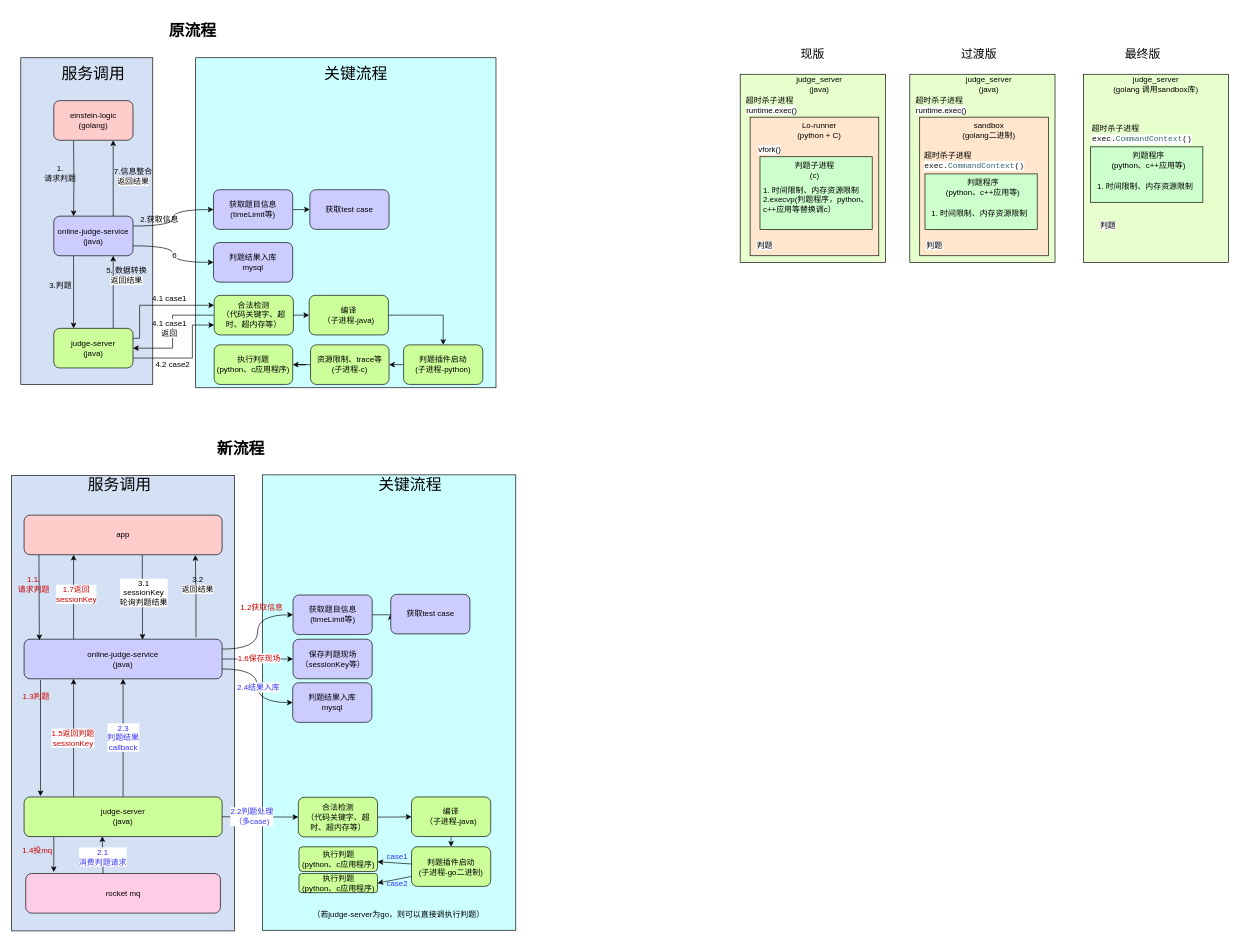
Before: 题库.drawio in xiell2016/hetaoDesign, a draw.io diagram. Source tidied: cells renumbered, new cells numbered last; positions are measured from the earlier drawing's top-left corner, leaving out a move shared by most shapes. Both pictures are drawn from the tidied source at 66%, with x=0, y=0 at pixel (11, 24).
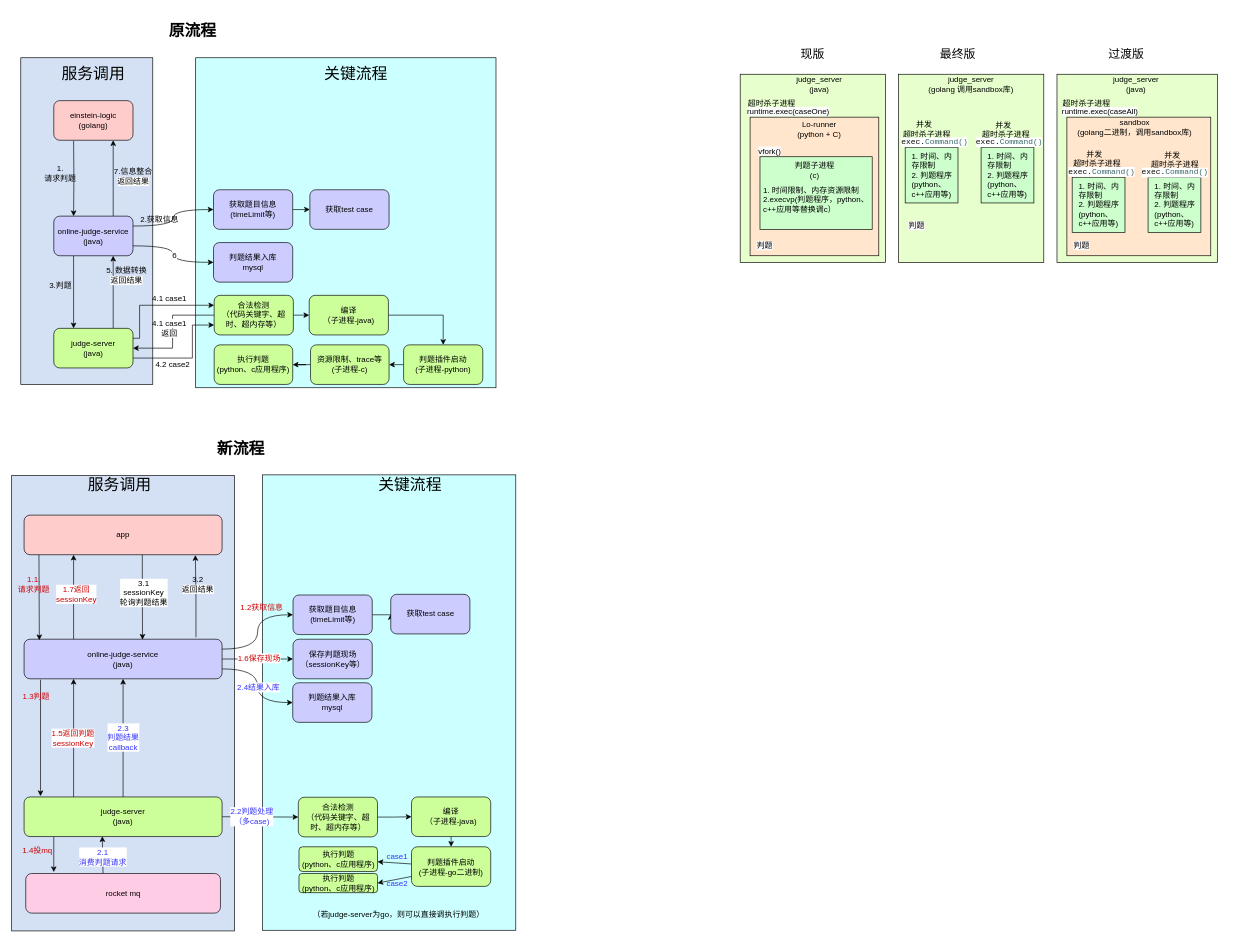
The same diagram, later.

Diff of the diagram source:
```diff
@@
     <mxCell id="96" value="Lo-runner&lt;br&gt;(python + C)" style="text;html=1;strokeColor=none;fillColor=none;align=center;verticalAlign=middle;whiteSpace=wrap;rounded=0;fontSize=12;fontFamily=Helvetica;fontColor=default;" parent="1" vertex="1">
-      <mxGeometry x="1179" y="145" width="90" height="30" as="geometry" />
+      <mxGeometry x="1179" y="143" width="90" height="30" as="geometry" />
     </mxCell>
@@
-    <mxCell id="98" value="&lt;span style=&quot;color: rgb(0, 0, 0); font-family: Helvetica; font-size: 12px; font-style: normal; font-variant-ligatures: normal; font-variant-caps: normal; font-weight: 400; letter-spacing: normal; orphans: 2; text-align: center; text-indent: 0px; text-transform: none; widows: 2; word-spacing: 0px; -webkit-text-stroke-width: 0px; background-color: rgb(251, 251, 251); text-decoration-thickness: initial; text-decoration-style: initial; text-decoration-color: initial; float: none; display: inline !important;&quot;&gt;runtime.exec()&lt;/span&gt;" style="text;html=1;strokeColor=none;fillColor=none;align=center;verticalAlign=middle;whiteSpace=wrap;rounded=0;fontSize=12;fontFamily=Helvetica;fontColor=default;" parent="1" vertex="1">
-      <mxGeometry x="1122" y="115" width="60" height="30" as="geometry" />
+    <mxCell id="98" value="&lt;span style=&quot;color: rgb(0, 0, 0); font-family: Helvetica; font-size: 12px; font-style: normal; font-variant-ligatures: normal; font-variant-caps: normal; font-weight: 400; letter-spacing: normal; orphans: 2; text-align: center; text-indent: 0px; text-transform: none; widows: 2; word-spacing: 0px; -webkit-text-stroke-width: 0px; background-color: rgb(251, 251, 251); text-decoration-thickness: initial; text-decoration-style: initial; text-decoration-color: initial; float: none; display: inline !important;&quot;&gt;runtime.exec(caseOne)&lt;/span&gt;" style="text;html=1;strokeColor=none;fillColor=none;align=center;verticalAlign=middle;whiteSpace=wrap;rounded=0;fontSize=12;fontFamily=Helvetica;fontColor=default;" parent="1" vertex="1">
+      <mxGeometry x="1126" y="117" width="102" height="30" as="geometry" />
     </mxCell>
     <mxCell id="99" value="&lt;span style=&quot;color: rgb(0, 0, 0); font-family: Helvetica; font-size: 12px; font-style: normal; font-variant-ligatures: normal; font-variant-caps: normal; font-weight: 400; letter-spacing: normal; orphans: 2; text-align: center; text-indent: 0px; text-transform: none; widows: 2; word-spacing: 0px; -webkit-text-stroke-width: 0px; background-color: rgb(251, 251, 251); text-decoration-thickness: initial; text-decoration-style: initial; text-decoration-color: initial; float: none; display: inline !important;&quot;&gt;vfork()&lt;/span&gt;" style="text;html=1;strokeColor=none;fillColor=none;align=center;verticalAlign=middle;whiteSpace=wrap;rounded=0;fontSize=12;fontFamily=Helvetica;fontColor=default;" parent="1" vertex="1">
-      <mxGeometry x="1119" y="175" width="60" height="30" as="geometry" />
+      <mxGeometry x="1119" y="177" width="60" height="30" as="geometry" />
     </mxCell>
@@
     <mxCell id="101" value="超时杀子进程" style="text;html=1;strokeColor=none;fillColor=none;align=center;verticalAlign=middle;whiteSpace=wrap;rounded=0;fontSize=12;fontFamily=Helvetica;fontColor=default;" parent="1" vertex="1">
-      <mxGeometry x="1109" y="100" width="80" height="30" as="geometry" />
+      <mxGeometry x="1112" y="105" width="80" height="30" as="geometry" />
     </mxCell>
@@
     <mxCell id="103" style="rounded=0;whiteSpace=wrap;html=1;strokeColor=default;fontFamily=Helvetica;fontSize=12;fontColor=default;fillColor=#E6FFCC;" parent="1" vertex="1">
-      <mxGeometry x="1361" y="75" width="220" height="285" as="geometry" />
+      <mxGeometry x="1584" y="75" width="243" height="285" as="geometry" />
     </mxCell>
     <mxCell id="104" style="rounded=0;whiteSpace=wrap;html=1;strokeColor=default;fontFamily=Helvetica;fontSize=12;fontColor=default;fillColor=#FFE6CC;" parent="1" vertex="1">
-      <mxGeometry x="1376" y="140" width="195" height="210" as="geometry" />
+      <mxGeometry x="1599" y="140" width="218" height="210" as="geometry" />
     </mxCell>
     <mxCell id="105" style="rounded=0;whiteSpace=wrap;html=1;strokeColor=default;fontFamily=Helvetica;fontSize=12;fontColor=default;fillColor=#CCFFCC;" parent="1" vertex="1">
-      <mxGeometry x="1384" y="226" width="170" height="84" as="geometry" />
+      <mxGeometry x="1607" y="231" width="80" height="84" as="geometry" />
     </mxCell>
     <mxCell id="106" value="judge_server&lt;br&gt;(java)" style="text;html=1;strokeColor=none;fillColor=none;align=center;verticalAlign=middle;whiteSpace=wrap;rounded=0;fontSize=12;fontFamily=Helvetica;fontColor=default;" parent="1" vertex="1">
-      <mxGeometry x="1451" y="75" width="60" height="30" as="geometry" />
+      <mxGeometry x="1674" y="75" width="60" height="30" as="geometry" />
     </mxCell>
-    <mxCell id="107" value="sandbox&lt;br&gt;(golang二进制)" style="text;html=1;strokeColor=none;fillColor=none;align=center;verticalAlign=middle;whiteSpace=wrap;rounded=0;fontSize=12;fontFamily=Helvetica;fontColor=default;" parent="1" vertex="1">
-      <mxGeometry x="1436" y="145" width="90" height="30" as="geometry" />
+    <mxCell id="107" value="sandbox&lt;br&gt;(golang二进制，调用sandbox库)" style="text;html=1;strokeColor=none;fillColor=none;align=center;verticalAlign=middle;whiteSpace=wrap;rounded=0;fontSize=12;fontFamily=Helvetica;fontColor=default;" parent="1" vertex="1">
+      <mxGeometry x="1607" y="140" width="190" height="30" as="geometry" />
     </mxCell>
-    <mxCell id="108" value="&lt;span style=&quot;color: rgb(0, 0, 0); font-family: Helvetica; font-size: 12px; font-style: normal; font-variant-ligatures: normal; font-variant-caps: normal; font-weight: 400; letter-spacing: normal; orphans: 2; text-align: center; text-indent: 0px; text-transform: none; widows: 2; word-spacing: 0px; -webkit-text-stroke-width: 0px; background-color: rgb(251, 251, 251); text-decoration-thickness: initial; text-decoration-style: initial; text-decoration-color: initial; float: none; display: inline !important;&quot;&gt;runtime.exec()&lt;/span&gt;" style="text;html=1;strokeColor=none;fillColor=none;align=center;verticalAlign=middle;whiteSpace=wrap;rounded=0;fontSize=12;fontFamily=Helvetica;fontColor=default;" parent="1" vertex="1">
-      <mxGeometry x="1379" y="115" width="60" height="30" as="geometry" />
+    <mxCell id="108" value="&lt;span style=&quot;color: rgb(0, 0, 0); font-family: Helvetica; font-size: 12px; font-style: normal; font-variant-ligatures: normal; font-variant-caps: normal; font-weight: 400; letter-spacing: normal; orphans: 2; text-align: center; text-indent: 0px; text-transform: none; widows: 2; word-spacing: 0px; -webkit-text-stroke-width: 0px; background-color: rgb(251, 251, 251); text-decoration-thickness: initial; text-decoration-style: initial; text-decoration-color: initial; float: none; display: inline !important;&quot;&gt;runtime.exec(caseAll)&lt;/span&gt;" style="text;html=1;strokeColor=none;fillColor=none;align=center;verticalAlign=middle;whiteSpace=wrap;rounded=0;fontSize=12;fontFamily=Helvetica;fontColor=default;" parent="1" vertex="1">
+      <mxGeometry x="1602" y="117" width="95" height="30" as="geometry" />
     </mxCell>
-    <mxCell id="109" value="1. 时间限制、内存资源限制" style="text;html=1;strokeColor=none;fillColor=none;align=left;verticalAlign=middle;whiteSpace=wrap;rounded=0;fontSize=12;fontFamily=Helvetica;fontColor=default;" parent="1" vertex="1">
-      <mxGeometry x="1391.5" y="266" width="155" height="40" as="geometry" />
+    <mxCell id="109" value="1. 时间、内存限制&lt;br&gt;2. 判题程序&lt;br style=&quot;border-color: var(--border-color); text-align: center;&quot;&gt;&lt;span style=&quot;text-align: center;&quot;&gt;(python、c++应用等)&lt;/span&gt;" style="text;html=1;strokeColor=none;fillColor=none;align=left;verticalAlign=middle;whiteSpace=wrap;rounded=0;fontSize=12;fontFamily=Helvetica;fontColor=default;" parent="1" vertex="1">
+      <mxGeometry x="1614.5" y="235" width="72.5" height="76" as="geometry" />
     </mxCell>
     <mxCell id="110" value="超时杀子进程" style="text;html=1;strokeColor=none;fillColor=none;align=center;verticalAlign=middle;whiteSpace=wrap;rounded=0;fontSize=12;fontFamily=Helvetica;fontColor=default;" parent="1" vertex="1">
-      <mxGeometry x="1366" y="100" width="80" height="30" as="geometry" />
+      <mxGeometry x="1589" y="105" width="80" height="30" as="geometry" />
     </mxCell>
     <mxCell id="111" value="&lt;span style=&quot;color: rgb(0, 0, 0); font-family: Helvetica; font-size: 12px; font-style: normal; font-variant-ligatures: normal; font-variant-caps: normal; font-weight: 400; letter-spacing: normal; orphans: 2; text-align: center; text-indent: 0px; text-transform: none; widows: 2; word-spacing: 0px; -webkit-text-stroke-width: 0px; background-color: rgb(251, 251, 251); text-decoration-thickness: initial; text-decoration-style: initial; text-decoration-color: initial; float: none; display: inline !important;&quot;&gt;判题&lt;/span&gt;" style="text;html=1;strokeColor=none;fillColor=none;align=center;verticalAlign=middle;whiteSpace=wrap;rounded=0;fontSize=12;fontFamily=Helvetica;fontColor=default;" parent="1" vertex="1">
-      <mxGeometry x="1376" y="320" width="45" height="30" as="geometry" />
+      <mxGeometry x="1599" y="320" width="45" height="30" as="geometry" />
     </mxCell>
-    <mxCell id="112" value="超时杀子进程" style="text;whiteSpace=wrap;html=1;fontSize=12;fontFamily=Helvetica;fontColor=default;" parent="1" vertex="1">
-      <mxGeometry x="1381" y="185" width="110" height="20" as="geometry" />
-    </mxCell>
     <mxCell id="113" style="rounded=0;whiteSpace=wrap;html=1;strokeColor=default;fontFamily=Helvetica;fontSize=12;fontColor=default;fillColor=#E6FFCC;" parent="1" vertex="1">
-      <mxGeometry x="1624" y="75" width="220" height="285" as="geometry" />
+      <mxGeometry x="1344" y="75" width="220" height="285" as="geometry" />
     </mxCell>
     <mxCell id="114" value="judge_server&lt;br&gt;(golang 调用sandbox库)" style="text;html=1;strokeColor=none;fillColor=none;align=center;verticalAlign=middle;whiteSpace=wrap;rounded=0;fontSize=12;fontFamily=Helvetica;fontColor=default;" parent="1" vertex="1">
-      <mxGeometry x="1629" y="75" width="210" height="30" as="geometry" />
+      <mxGeometry x="1349" y="75" width="210" height="30" as="geometry" />
     </mxCell>
-    <mxCell id="115" value="&lt;pre style=&quot;background-color:#ffffff;color:#080808;font-family:'JetBrains Mono',monospace;font-size:9.0pt;&quot;&gt;exec.&lt;span style=&quot;color:#36666b;&quot;&gt;CommandContext&lt;/span&gt;()&lt;/pre&gt;" style="text;html=1;strokeColor=none;fillColor=none;align=center;verticalAlign=middle;whiteSpace=wrap;rounded=0;fontSize=12;fontFamily=Helvetica;fontColor=default;" parent="1" vertex="1">
-      <mxGeometry x="1638" y="159" width="150" height="30" as="geometry" />
-    </mxCell>
     <mxCell id="116" value="&lt;span style=&quot;color: rgb(0, 0, 0); font-family: Helvetica; font-size: 12px; font-style: normal; font-variant-ligatures: normal; font-variant-caps: normal; font-weight: 400; letter-spacing: normal; orphans: 2; text-align: center; text-indent: 0px; text-transform: none; widows: 2; word-spacing: 0px; -webkit-text-stroke-width: 0px; background-color: rgb(251, 251, 251); text-decoration-thickness: initial; text-decoration-style: initial; text-decoration-color: initial; float: none; display: inline !important;&quot;&gt;判题&lt;/span&gt;" style="text;html=1;strokeColor=none;fillColor=none;align=center;verticalAlign=middle;whiteSpace=wrap;rounded=0;fontSize=12;fontFamily=Helvetica;fontColor=default;" parent="1" vertex="1">
-      <mxGeometry x="1639" y="290" width="45" height="30" as="geometry" />
+      <mxGeometry x="1349" y="290" width="45" height="30" as="geometry" />
     </mxCell>
-    <mxCell id="117" value="超时杀子进程" style="text;whiteSpace=wrap;html=1;fontSize=12;fontFamily=Helvetica;fontColor=default;" parent="1" vertex="1">
-      <mxGeometry x="1635" y="144" width="110" height="20" as="geometry" />
-    </mxCell>
-    <mxCell id="118" value="&lt;pre style=&quot;background-color:#ffffff;color:#080808;font-family:'JetBrains Mono',monospace;font-size:9.0pt;&quot;&gt;exec.&lt;span style=&quot;color:#36666b;&quot;&gt;CommandContext&lt;/span&gt;()&lt;/pre&gt;" style="text;html=1;strokeColor=none;fillColor=none;align=center;verticalAlign=middle;whiteSpace=wrap;rounded=0;fontSize=12;fontFamily=Helvetica;fontColor=default;" parent="1" vertex="1">
-      <mxGeometry x="1384" y="199" width="150" height="30" as="geometry" />
+    <mxCell id="118" value="&lt;pre style=&quot;background-color:#ffffff;color:#080808;font-family:'JetBrains Mono',monospace;font-size:9.0pt;&quot;&gt;exec.&lt;span style=&quot;color:#36666b;&quot;&gt;Command()&lt;/span&gt;&lt;/pre&gt;" style="text;html=1;strokeColor=none;fillColor=none;align=center;verticalAlign=middle;whiteSpace=wrap;rounded=0;fontSize=12;fontFamily=Helvetica;fontColor=default;" parent="1" vertex="1">
+      <mxGeometry x="1602" y="208" width="100" height="30" as="geometry" />
     </mxCell>
@@
     <mxCell id="120" value="&lt;font style=&quot;font-size: 18px;&quot;&gt;过渡版&lt;/font&gt;" style="text;html=1;strokeColor=none;fillColor=none;align=center;verticalAlign=middle;whiteSpace=wrap;rounded=0;fontSize=12;fontFamily=Helvetica;fontColor=default;" parent="1" vertex="1">
-      <mxGeometry x="1436" y="30" width="60" height="30" as="geometry" />
+      <mxGeometry x="1659" y="30" width="60" height="30" as="geometry" />
     </mxCell>
     <mxCell id="121" value="&lt;font style=&quot;font-size: 18px;&quot;&gt;最终版&lt;/font&gt;" style="text;html=1;strokeColor=none;fillColor=none;align=center;verticalAlign=middle;whiteSpace=wrap;rounded=0;fontSize=12;fontFamily=Helvetica;fontColor=default;" parent="1" vertex="1">
-      <mxGeometry x="1684" y="30" width="60" height="30" as="geometry" />
+      <mxGeometry x="1404" y="30" width="60" height="30" as="geometry" />
     </mxCell>
-    <mxCell id="122" value="判题程序&lt;br&gt;(python、c++应用等)" style="text;html=1;strokeColor=none;fillColor=none;align=center;verticalAlign=middle;whiteSpace=wrap;rounded=0;fontSize=12;fontFamily=Helvetica;fontColor=default;" parent="1" vertex="1">
-      <mxGeometry x="1387" y="231" width="170" height="30" as="geometry" />
-    </mxCell>
-    <mxCell id="123" style="rounded=0;whiteSpace=wrap;html=1;strokeColor=default;fontFamily=Helvetica;fontSize=12;fontColor=default;fillColor=#CCFFCC;" parent="1" vertex="1">
-      <mxGeometry x="1635" y="185" width="170" height="84" as="geometry" />
-    </mxCell>
-    <mxCell id="124" value="1. 时间限制、内存资源限制" style="text;html=1;strokeColor=none;fillColor=none;align=left;verticalAlign=middle;whiteSpace=wrap;rounded=0;fontSize=12;fontFamily=Helvetica;fontColor=default;" parent="1" vertex="1">
-      <mxGeometry x="1642.5" y="225" width="155" height="40" as="geometry" />
-    </mxCell>
-    <mxCell id="125" value="判题程序&lt;br&gt;(python、c++应用等)" style="text;html=1;strokeColor=none;fillColor=none;align=center;verticalAlign=middle;whiteSpace=wrap;rounded=0;fontSize=12;fontFamily=Helvetica;fontColor=default;" parent="1" vertex="1">
-      <mxGeometry x="1638" y="190" width="170" height="30" as="geometry" />
-    </mxCell>
+    <mxCell id="126" style="rounded=0;whiteSpace=wrap;html=1;strokeColor=default;fontFamily=Helvetica;fontSize=12;fontColor=default;fillColor=#CCFFCC;" parent="1" vertex="1">
+      <mxGeometry x="1722" y="231" width="80" height="84" as="geometry" />
+    </mxCell>
+    <mxCell id="127" value="1. 时间、内存限制&lt;br&gt;2. 判题程序&lt;br style=&quot;border-color: var(--border-color); text-align: center;&quot;&gt;&lt;span style=&quot;text-align: center;&quot;&gt;(python、c++应用等)&lt;/span&gt;" style="text;html=1;strokeColor=none;fillColor=none;align=left;verticalAlign=middle;whiteSpace=wrap;rounded=0;fontSize=12;fontFamily=Helvetica;fontColor=default;" parent="1" vertex="1">
+      <mxGeometry x="1729.5" y="235" width="72.5" height="76" as="geometry" />
+    </mxCell>
+    <mxCell id="128" value="&lt;pre style=&quot;background-color:#ffffff;color:#080808;font-family:'JetBrains Mono',monospace;font-size:9.0pt;&quot;&gt;exec.&lt;span style=&quot;color:#36666b;&quot;&gt;Command()&lt;/span&gt;&lt;/pre&gt;" style="text;html=1;strokeColor=none;fillColor=none;align=center;verticalAlign=middle;whiteSpace=wrap;rounded=0;fontSize=12;fontFamily=Helvetica;fontColor=default;" parent="1" vertex="1">
+      <mxGeometry x="1713" y="209" width="100" height="30" as="geometry" />
+    </mxCell>
+    <mxCell id="129" style="rounded=0;whiteSpace=wrap;html=1;strokeColor=default;fontFamily=Helvetica;fontSize=12;fontColor=default;fillColor=#CCFFCC;" parent="1" vertex="1">
+      <mxGeometry x="1354" y="186" width="80" height="84" as="geometry" />
+    </mxCell>
+    <mxCell id="130" value="1. 时间、内存限制&lt;br&gt;2. 判题程序&lt;br style=&quot;border-color: var(--border-color); text-align: center;&quot;&gt;&lt;span style=&quot;text-align: center;&quot;&gt;(python、c++应用等)&lt;/span&gt;" style="text;html=1;strokeColor=none;fillColor=none;align=left;verticalAlign=middle;whiteSpace=wrap;rounded=0;fontSize=12;fontFamily=Helvetica;fontColor=default;" parent="1" vertex="1">
+      <mxGeometry x="1361.5" y="190" width="72.5" height="76" as="geometry" />
+    </mxCell>
+    <mxCell id="131" value="&amp;nbsp; &amp;nbsp; &amp;nbsp; 并发&lt;br&gt;超时杀子进程" style="text;whiteSpace=wrap;html=1;fontSize=12;fontFamily=Helvetica;fontColor=default;" parent="1" vertex="1">
+      <mxGeometry x="1349" y="138" width="75" height="35" as="geometry" />
+    </mxCell>
+    <mxCell id="132" value="&lt;pre style=&quot;background-color:#ffffff;color:#080808;font-family:'JetBrains Mono',monospace;font-size:9.0pt;&quot;&gt;exec.&lt;span style=&quot;color:#36666b;&quot;&gt;Command()&lt;/span&gt;&lt;/pre&gt;" style="text;html=1;strokeColor=none;fillColor=none;align=center;verticalAlign=middle;whiteSpace=wrap;rounded=0;fontSize=12;fontFamily=Helvetica;fontColor=default;" parent="1" vertex="1">
+      <mxGeometry x="1349" y="163" width="100" height="30" as="geometry" />
+    </mxCell>
+    <mxCell id="133" style="rounded=0;whiteSpace=wrap;html=1;strokeColor=default;fontFamily=Helvetica;fontSize=12;fontColor=default;fillColor=#CCFFCC;" parent="1" vertex="1">
+      <mxGeometry x="1469" y="186" width="80" height="84" as="geometry" />
+    </mxCell>
+    <mxCell id="134" value="1. 时间、内存限制&lt;br&gt;2. 判题程序&lt;br style=&quot;border-color: var(--border-color); text-align: center;&quot;&gt;&lt;span style=&quot;text-align: center;&quot;&gt;(python、c++应用等)&lt;/span&gt;" style="text;html=1;strokeColor=none;fillColor=none;align=left;verticalAlign=middle;whiteSpace=wrap;rounded=0;fontSize=12;fontFamily=Helvetica;fontColor=default;" parent="1" vertex="1">
+      <mxGeometry x="1476.5" y="190" width="72.5" height="76" as="geometry" />
+    </mxCell>
+    <mxCell id="135" value="&lt;pre style=&quot;background-color:#ffffff;color:#080808;font-family:'JetBrains Mono',monospace;font-size:9.0pt;&quot;&gt;exec.&lt;span style=&quot;color:#36666b;&quot;&gt;Command()&lt;/span&gt;&lt;/pre&gt;" style="text;html=1;strokeColor=none;fillColor=none;align=center;verticalAlign=middle;whiteSpace=wrap;rounded=0;fontSize=12;fontFamily=Helvetica;fontColor=default;" parent="1" vertex="1">
+      <mxGeometry x="1462" y="163" width="100" height="30" as="geometry" />
+    </mxCell>
+    <mxCell id="136" value="&amp;nbsp; &amp;nbsp; &amp;nbsp; 并发&lt;br&gt;超时杀子进程" style="text;whiteSpace=wrap;html=1;fontSize=12;fontFamily=Helvetica;fontColor=default;" parent="1" vertex="1">
+      <mxGeometry x="1469" y="139" width="75" height="35" as="geometry" />
+    </mxCell>
+    <mxCell id="137" value="&amp;nbsp; &amp;nbsp; &amp;nbsp; 并发&lt;br&gt;超时杀子进程" style="text;whiteSpace=wrap;html=1;fontSize=12;fontFamily=Helvetica;fontColor=default;" parent="1" vertex="1">
+      <mxGeometry x="1607" y="183" width="75" height="35" as="geometry" />
+    </mxCell>
+    <mxCell id="138" value="&amp;nbsp; &amp;nbsp; &amp;nbsp; 并发&lt;br&gt;超时杀子进程" style="text;whiteSpace=wrap;html=1;fontSize=12;fontFamily=Helvetica;fontColor=default;" parent="1" vertex="1">
+      <mxGeometry x="1724.5" y="184" width="75" height="35" as="geometry" />
+    </mxCell>
```
